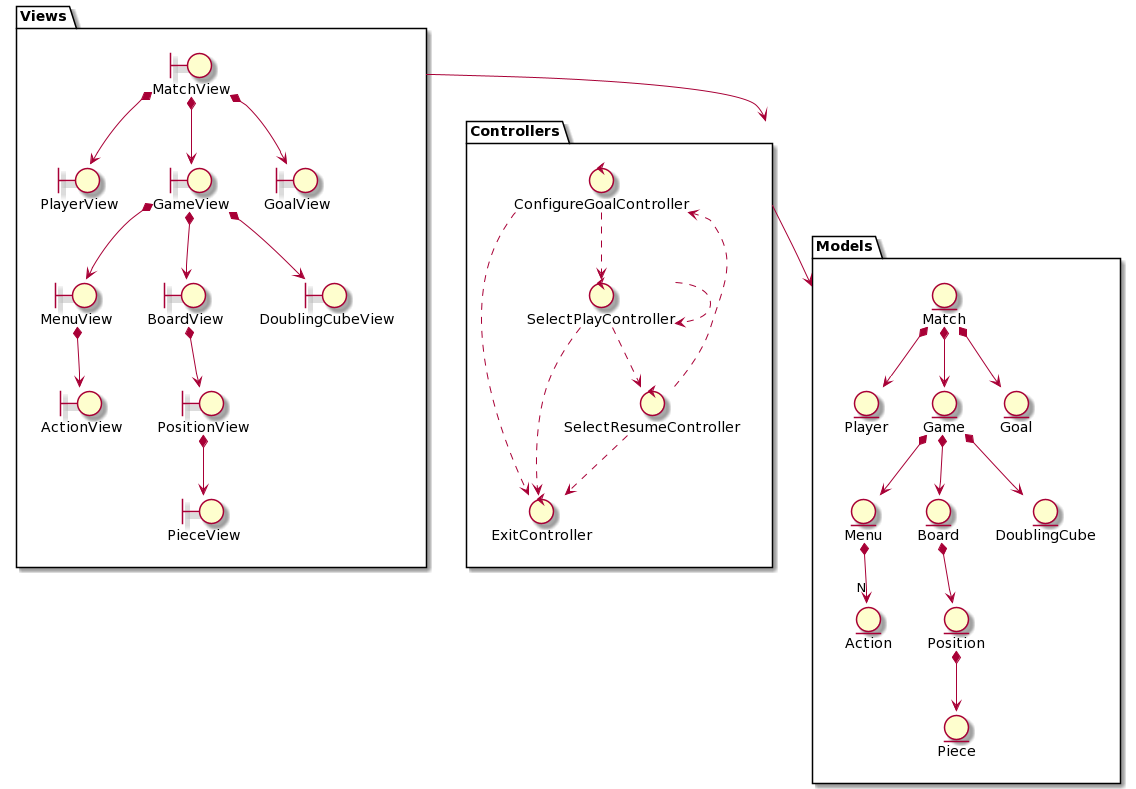
This is rup/analysis/architecture.png from USantaTecla-game-backgammon/backgammon, a PlantUML export, as it was before one commit. Its diagram source:
```plantuml
@startuml
package Views {
    boundary MatchView
    boundary PlayerView
    boundary GameView
    boundary GoalView
    boundary MenuView
    boundary BoardView
    boundary ActionView
    boundary PositionView
    boundary PieceView
    boundary DoublingCubeView

    MatchView *--> GameView
    MatchView *--> GoalView
    MatchView *--> PlayerView
    GameView *--> MenuView
    GameView *--> BoardView
    GameView *--> DoublingCubeView
    MenuView *--> ActionView
    BoardView *--> PositionView
    PositionView *--> PieceView
}

package Models {
    entity Match
    entity Player
    entity Game
    entity Goal
    entity Menu
    entity Board
    entity Action
    entity Position
    entity Piece
    entity DoublingCube

    Match *-down-> Player
    Match *-down-> Goal
    Match *-down-> Game
    Game *-down-> Menu
    Game *-down-> DoublingCube
    Game *-down-> Board
    Board *-down-> Position
    Position *-down-> Piece
    Menu *-down-> "N" Action
}

package Controllers {
    control ConfigureGoalController
    control SelectPlayController
    control SelectResumeController
    control ExitController

    ConfigureGoalController ..> SelectPlayController
    ConfigureGoalController ..> ExitController
    SelectPlayController ..> SelectPlayController
    SelectPlayController ..> SelectResumeController
    SelectPlayController ..> ExitController
    SelectResumeController ..> ConfigureGoalController
    SelectResumeController ..> ExitController
}

Views -down-> Controllers

Controllers -down-> Models
@enduml
```
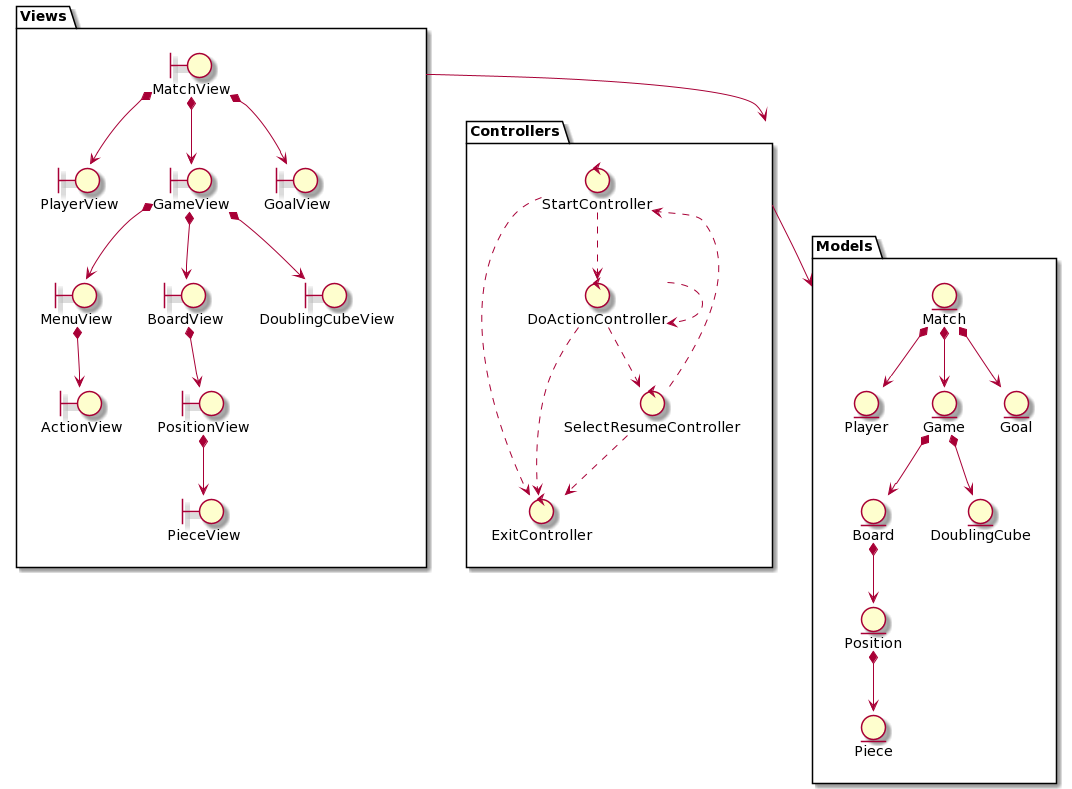
The same diagram one commit later.

Diff of the diagram source:
```diff
@@ -27,9 +27,7 @@
     entity Player
     entity Game
     entity Goal
-    entity Menu
     entity Board
-    entity Action
     entity Position
     entity Piece
     entity DoublingCube
@@ -37,26 +35,24 @@
     Match *-down-> Player
     Match *-down-> Goal
     Match *-down-> Game
-    Game *-down-> Menu
     Game *-down-> DoublingCube
     Game *-down-> Board
     Board *-down-> Position
     Position *-down-> Piece
-    Menu *-down-> "N" Action
 }
 
 package Controllers {
-    control ConfigureGoalController
-    control SelectPlayController
+    control StartController
+    control DoActionController
     control SelectResumeController
     control ExitController
 
-    ConfigureGoalController ..> SelectPlayController
-    ConfigureGoalController ..> ExitController
-    SelectPlayController ..> SelectPlayController
-    SelectPlayController ..> SelectResumeController
-    SelectPlayController ..> ExitController
-    SelectResumeController ..> ConfigureGoalController
+    StartController ..> DoActionController
+    StartController ..> ExitController
+    DoActionController ..> DoActionController
+    DoActionController ..> SelectResumeController
+    DoActionController ..> ExitController
+    SelectResumeController ..> StartController
     SelectResumeController ..> ExitController
 }
 
```
